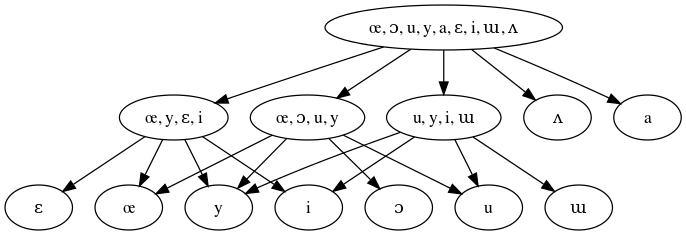
Earlier version of the Graphviz export squib/vowelHarmony_unicode.png (rdaland/Pheatures). Its source is kept beside it as squib/vowelHarmony_unicode.gv.
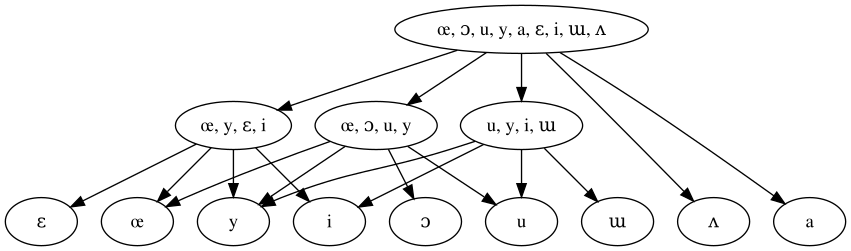
The same diagram one commit later.

Commit message:
updated vowel harmony lattice, illustrated intersectional closure

The edit, as a diff of the source:
```diff
@@ -29,4 +29,6 @@
 	3 -> 10
 	3 -> 12
 	0 -> 4
+	{ rank=same; 1, 2, 3}
+	{ rank=same; 4, 5, 6, 7, 8, 9, 10, 11, 12}
 }
```
